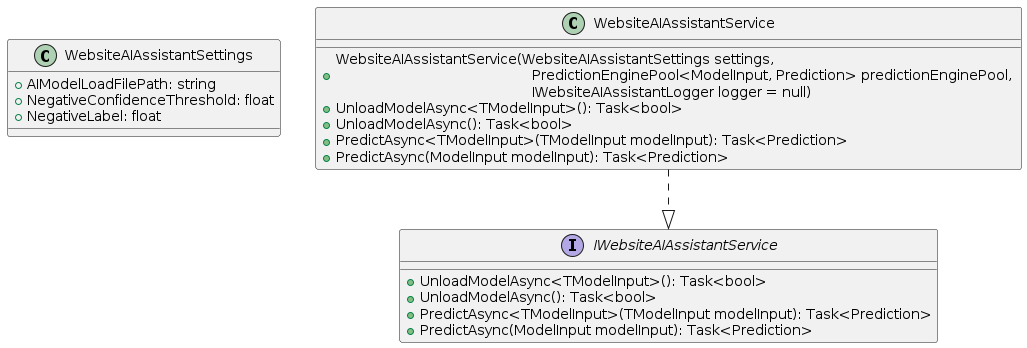
Above: Docs/WebsiteAIAssistantService.png in VeritasSoftware/WebsiteAIAssistant (PlantUML), before the change.
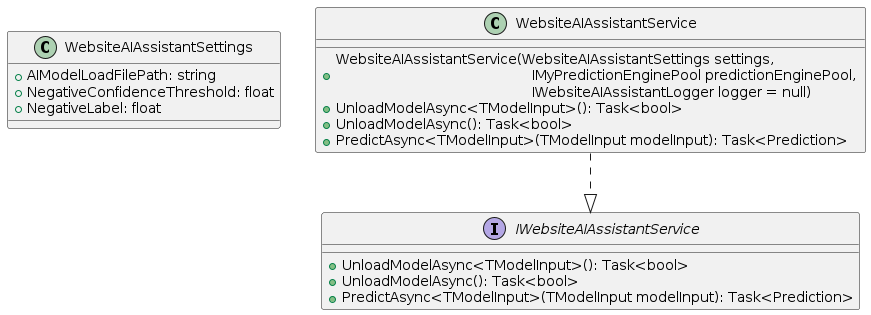
After the commit.

Commit message:
removed not needed method. updated class diagram.

The edit, as a diff of the source:
```diff
@@ -11,16 +11,14 @@
   + UnloadModelAsync<TModelInput>(): Task<bool>
   + UnloadModelAsync(): Task<bool>
   + PredictAsync<TModelInput>(TModelInput modelInput): Task<Prediction>
-  + PredictAsync(ModelInput modelInput): Task<Prediction>
 }
 
 class WebsiteAIAssistantService
 {
-  + WebsiteAIAssistantService(WebsiteAIAssistantSettings settings, \n \t \t  \t \t \t \t PredictionEnginePool<ModelInput, Prediction> predictionEnginePool, \n \t \t  \t \t \t \t IWebsiteAIAssistantLogger logger = null)
+  + WebsiteAIAssistantService(WebsiteAIAssistantSettings settings, \n \t \t  \t \t \t \t IMyPredictionEnginePool predictionEnginePool, \n \t \t  \t \t \t \t IWebsiteAIAssistantLogger logger = null)
   + UnloadModelAsync<TModelInput>(): Task<bool>
   + UnloadModelAsync(): Task<bool>
   + PredictAsync<TModelInput>(TModelInput modelInput): Task<Prediction>
-  + PredictAsync(ModelInput modelInput): Task<Prediction>
 }
 
 WebsiteAIAssistantService ..|> IWebsiteAIAssistantService
```
